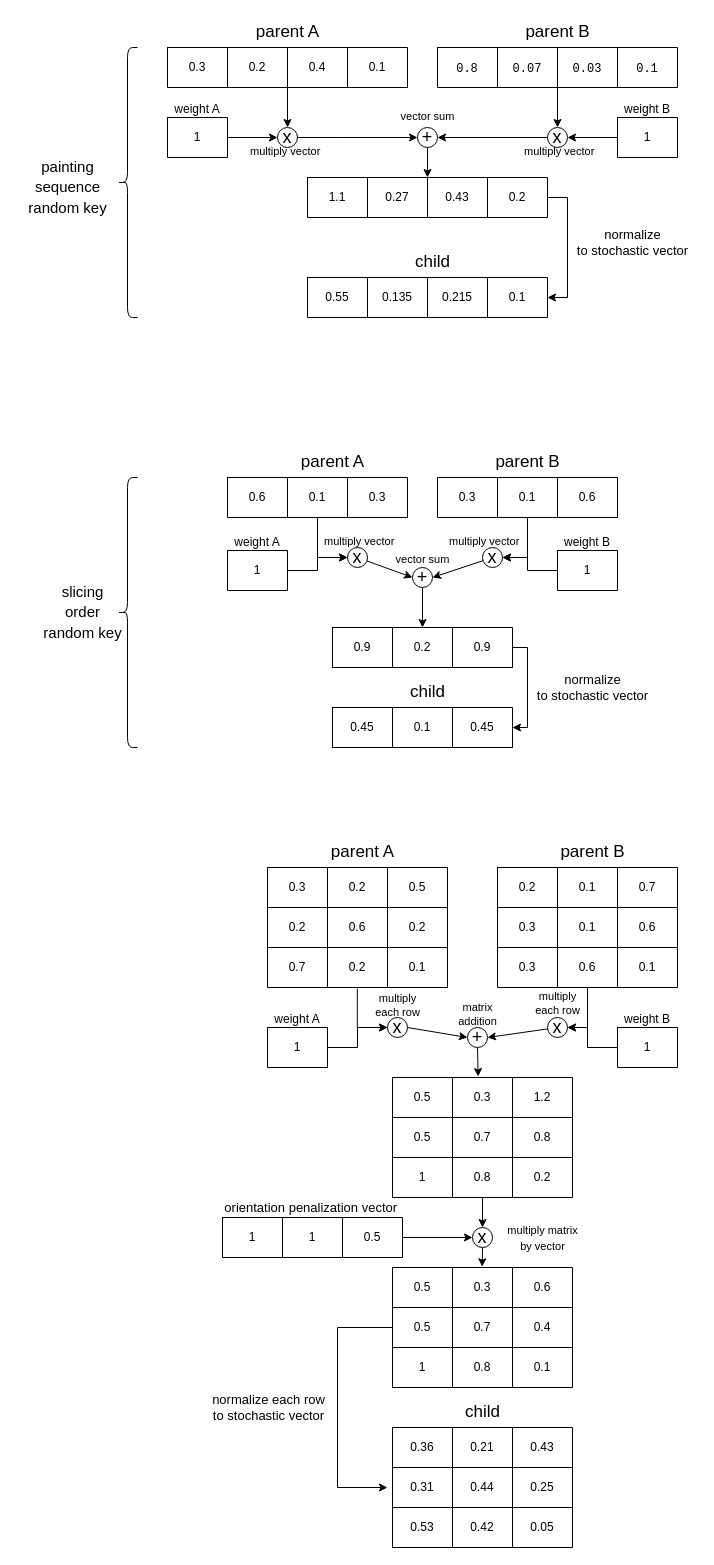
Above: src/thesis/figures/crossover.drawio in TaIos/master-thesis (draw.io), before the change. Source tidied: cells renumbered, new cells numbered last; positions are measured from the earlier drawing's top-left corner, leaving out a move shared by most shapes. Both pictures are drawn from the tidied source at 100%, with x=0, y=0 at pixel (17, 17).
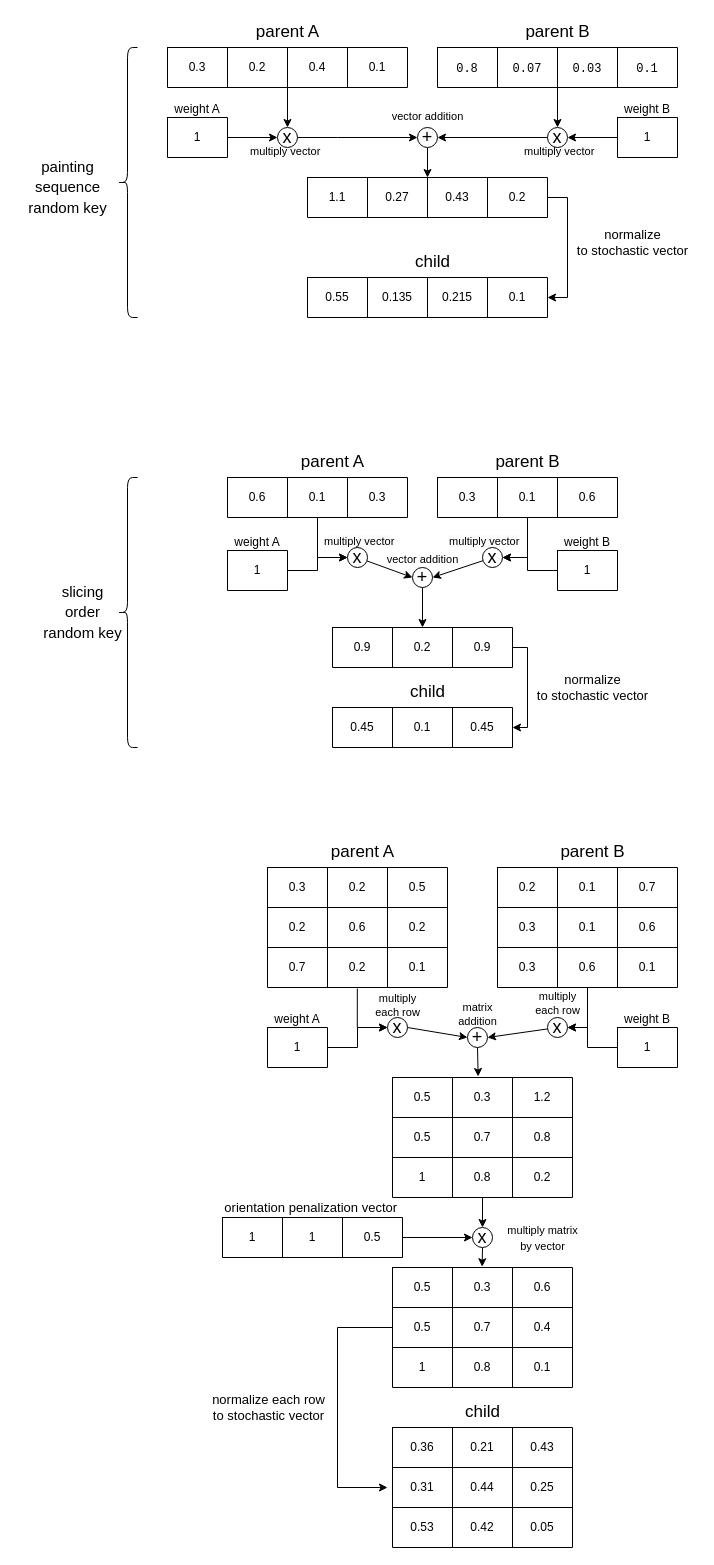
After the change.

Diff of the diagram source:
```diff
@@
-    <mxCell id="77" value="&lt;font style=&quot;font-size: 11px;&quot;&gt;vector sum&lt;/font&gt;" style="text;html=1;align=center;verticalAlign=middle;strokeColor=none;fillColor=none;fontSize=18;fontFamily=Helvetica;fontColor=default;" parent="1" vertex="1">
-      <mxGeometry x="370" y="77" width="80" height="40" as="geometry" />
+    <mxCell id="77" value="&lt;font style=&quot;font-size: 11px;&quot;&gt;vector addition&lt;/font&gt;" style="text;html=1;align=center;verticalAlign=middle;strokeColor=none;fillColor=none;fontSize=18;fontFamily=Helvetica;fontColor=default;" parent="1" vertex="1">
+      <mxGeometry x="360" y="77" width="100" height="40" as="geometry" />
     </mxCell>
@@
-    <mxCell id="89" value="&lt;font style=&quot;font-size: 11px;&quot;&gt;vector sum&lt;/font&gt;" style="text;html=1;align=center;verticalAlign=middle;strokeColor=none;fillColor=none;fontSize=18;fontFamily=Helvetica;fontColor=default;" parent="1" vertex="1">
-      <mxGeometry x="365" y="520" width="80" height="40" as="geometry" />
+    <mxCell id="89" value="&lt;font style=&quot;font-size: 11px;&quot;&gt;vector addition&lt;/font&gt;" style="text;html=1;align=center;verticalAlign=middle;strokeColor=none;fillColor=none;fontSize=18;fontFamily=Helvetica;fontColor=default;" parent="1" vertex="1">
+      <mxGeometry x="355" y="520" width="100" height="40" as="geometry" />
     </mxCell>
```
